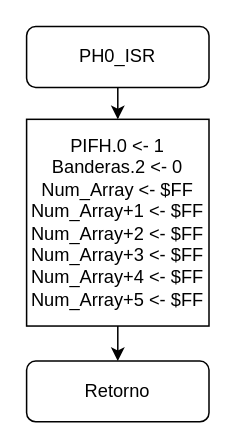
Above: Tarea 4/PH0_ISR.drawio in robz25/Microprocesadores (draw.io), before the change. Source tidied: cells renumbered, new cells numbered last; positions are measured from the earlier drawing's top-left corner, leaving out a move shared by most shapes. Both pictures are drawn from the tidied source at 152%, with x=0, y=0 at pixel (26, 26).
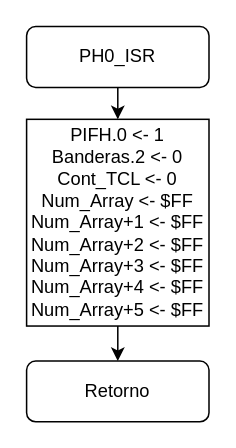
The same diagram, later.

Diff of the diagram source:
```diff
@@
 <mxGraphModel>
   <root>
     <mxCell id="0" />
     <mxCell id="1" parent="0" />
     <mxCell id="2" style="edgeStyle=orthogonalEdgeStyle;rounded=0;jettySize=auto;html=1;" parent="1" edge="1" source="3" target="6">
       <mxGeometry relative="1" as="geometry" />
     </mxCell>
     <mxCell id="3" value="PH0_ISR" style="rounded=1;whiteSpace=wrap;html=1;" parent="1" vertex="1">
       <mxGeometry width="120" height="40" as="geometry" />
     </mxCell>
     <mxCell id="4" value="Retorno" style="rounded=1;whiteSpace=wrap;html=1;" parent="1" vertex="1">
       <mxGeometry y="220" width="120" height="40" as="geometry" />
     </mxCell>
     <mxCell id="5" style="edgeStyle=orthogonalEdgeStyle;rounded=0;jettySize=auto;html=1;" parent="1" edge="1" source="6" target="4">
       <mxGeometry relative="1" as="geometry" />
     </mxCell>
-    <mxCell id="6" value="&lt;div&gt;PIFH.0 &amp;lt;- 1&lt;/div&gt;&lt;div&gt;Banderas.2 &amp;lt;- 0&lt;/div&gt;&lt;div&gt;Num_Array &amp;lt;- $FF&lt;/div&gt;&lt;div&gt;Num_Array+1 &amp;lt;- $FF&lt;/div&gt;&lt;div&gt;Num_Array+2 &amp;lt;- $FF&lt;/div&gt;&lt;div&gt;Num_Array+3 &amp;lt;- $FF&lt;/div&gt;&lt;div&gt;Num_Array+4 &amp;lt;- $FF&lt;/div&gt;&lt;div&gt;Num_Array+5 &amp;lt;- $FF&lt;/div&gt;" style="rounded=0;whiteSpace=wrap;html=1;" parent="1" vertex="1">
+    <mxCell id="6" value="&lt;div&gt;PIFH.0 &amp;lt;- 1&lt;/div&gt;&lt;div&gt;Banderas.2 &amp;lt;- 0&lt;/div&gt;&lt;div&gt;Cont_TCL &amp;lt;- 0&lt;br&gt;&lt;/div&gt;&lt;div&gt;Num_Array &amp;lt;- $FF&lt;/div&gt;&lt;div&gt;Num_Array+1 &amp;lt;- $FF&lt;/div&gt;&lt;div&gt;Num_Array+2 &amp;lt;- $FF&lt;/div&gt;&lt;div&gt;Num_Array+3 &amp;lt;- $FF&lt;/div&gt;&lt;div&gt;Num_Array+4 &amp;lt;- $FF&lt;/div&gt;&lt;div&gt;Num_Array+5 &amp;lt;- $FF&lt;/div&gt;" style="rounded=0;whiteSpace=wrap;html=1;" parent="1" vertex="1">
       <mxGeometry y="61" width="120" height="136" as="geometry" />
     </mxCell>
   </root>
 </mxGraphModel>
```
